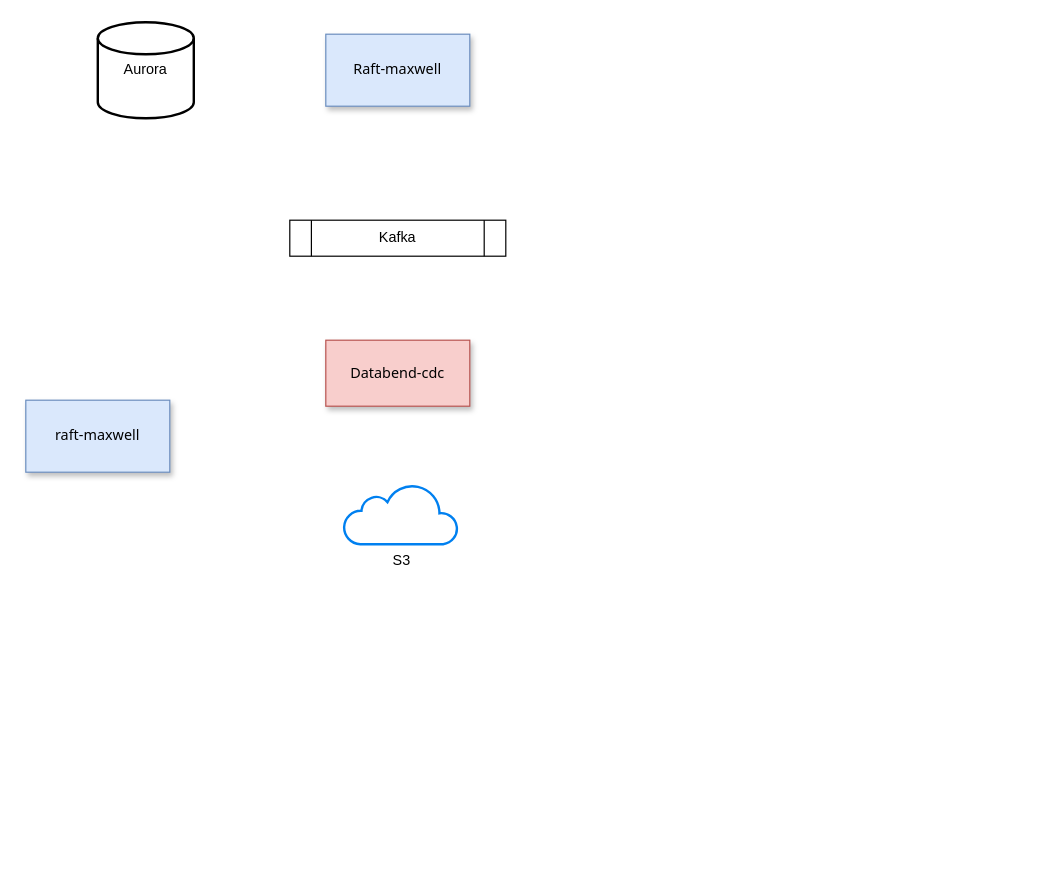
Above: doc/databend-parquet-mysql.drawio in jackjoesh/databend (draw.io), before the change. Source tidied: cells renumbered, new cells numbered last; positions are measured from the earlier drawing's top-left corner, leaving out a move shared by most shapes. Both pictures are drawn from the tidied source at 120%, with x=0, y=0 at pixel (25, 22).
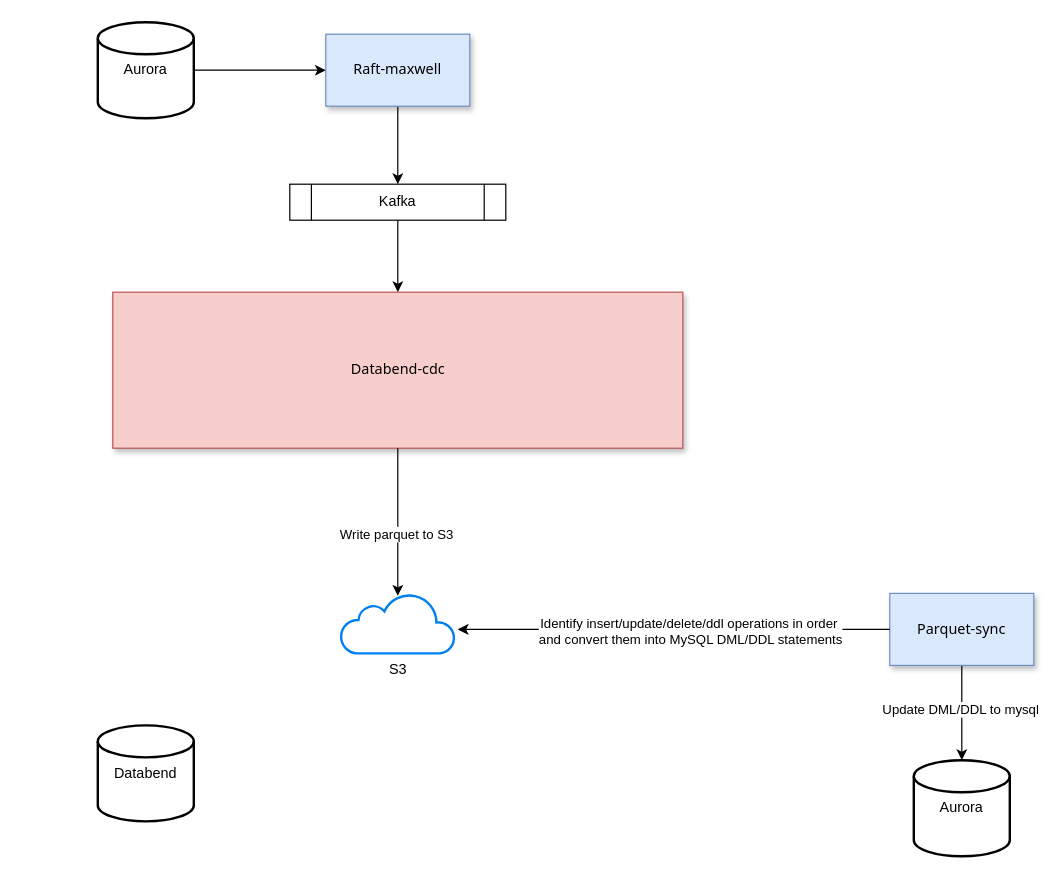
Above is the later version.

What changed in the source:
```diff
@@
 <mxGraphModel>
   <root>
     <mxCell id="0" />
     <mxCell id="1" parent="0" />
+    <mxCell id="8" style="edgeStyle=orthogonalEdgeStyle;rounded=0;jettySize=auto;html=1;exitX=1;exitY=0.5;exitDx=0;exitDy=0;exitPerimeter=0;" parent="1" edge="1" source="2" target="3">
+      <mxGeometry relative="1" as="geometry" />
+    </mxCell>
     <mxCell id="2" value="Aurora" style="strokeWidth=2;html=1;shape=mxgraph.flowchart.database;whiteSpace=wrap;" parent="1" vertex="1">
       <mxGeometry x="60" width="80" height="80" as="geometry" />
     </mxCell>
+    <mxCell id="9" style="edgeStyle=orthogonalEdgeStyle;rounded=0;jettySize=auto;html=1;exitX=0.5;exitY=1;exitDx=0;exitDy=0;" parent="1" edge="1" source="3" target="5">
+      <mxGeometry relative="1" as="geometry" />
+    </mxCell>
     <mxCell id="3" value="Raft-maxwell" style="rounded=0;whiteSpace=wrap;html=1;fillColor=#dae8fc;strokeColor=#6c8ebf;shadow=1;fontFamily=Tahoma;" parent="1" vertex="1">
       <mxGeometry x="250" y="10" width="120" height="60" as="geometry" />
     </mxCell>
+    <mxCell id="10" style="edgeStyle=orthogonalEdgeStyle;rounded=0;jettySize=auto;html=1;exitX=0.5;exitY=1;exitDx=0;exitDy=0;" parent="1" edge="1" source="4" target="13">
+      <mxGeometry relative="1" as="geometry" />
+    </mxCell>
+    <mxCell id="11" value="Update DML/DDL to mysql" style="edgeLabel;html=1;align=center;verticalAlign=middle;" parent="10" vertex="1">
+      <mxGeometry x="-0.09" y="-2" relative="1" as="geometry" />
+    </mxCell>
-    <mxCell id="4" value="raft-maxwell" style="rounded=0;whiteSpace=wrap;html=1;fillColor=#dae8fc;strokeColor=#6c8ebf;shadow=1;fontFamily=Tahoma;" parent="1" vertex="1">
-      <mxGeometry y="315" width="120" height="60" as="geometry" />
+    <mxCell id="4" value="Parquet-sync" style="rounded=0;whiteSpace=wrap;html=1;fillColor=#dae8fc;strokeColor=#6c8ebf;shadow=1;fontFamily=Tahoma;" parent="1" vertex="1">
+      <mxGeometry x="720" y="476" width="120" height="60" as="geometry" />
     </mxCell>
+    <mxCell id="12" style="edgeStyle=orthogonalEdgeStyle;rounded=0;jettySize=auto;html=1;exitX=0.5;exitY=1;exitDx=0;exitDy=0;" parent="1" edge="1" source="5" target="6">
+      <mxGeometry relative="1" as="geometry" />
+    </mxCell>
     <mxCell id="5" value="Kafka" style="shape=process;whiteSpace=wrap;html=1;backgroundOutline=1;" parent="1" vertex="1">
-      <mxGeometry x="220" y="165" width="180" height="30" as="geometry" />
+      <mxGeometry x="220" y="135" width="180" height="30" as="geometry" />
     </mxCell>
     <mxCell id="6" value="Databend-cdc" style="rounded=0;whiteSpace=wrap;html=1;fillColor=#f8cecc;strokeColor=#b85450;shadow=1;fontFamily=Tahoma;" parent="1" vertex="1">
-      <mxGeometry x="250" y="265" width="120" height="55" as="geometry" />
+      <mxGeometry x="72.5" y="225" width="475" height="130" as="geometry" />
     </mxCell>
     <mxCell id="7" value="S3" style="html=1;verticalLabelPosition=bottom;align=center;labelBackgroundColor=#ffffff;verticalAlign=top;strokeWidth=2;strokeColor=#0080F0;shadow=0;dashed=0;shape=mxgraph.ios7.icons.cloud;" parent="1" vertex="1">
-      <mxGeometry x="265" y="385" width="95" height="50" as="geometry" />
+      <mxGeometry x="262.5" y="476" width="95" height="50" as="geometry" />
     </mxCell>
+    <mxCell id="13" value="Aurora" style="strokeWidth=2;html=1;shape=mxgraph.flowchart.database;whiteSpace=wrap;" parent="1" vertex="1">
+      <mxGeometry x="740" y="615" width="80" height="80" as="geometry" />
+    </mxCell>
+    <mxCell id="14" value="Databend" style="strokeWidth=2;html=1;shape=mxgraph.flowchart.database;whiteSpace=wrap;" parent="1" vertex="1">
+      <mxGeometry x="60" y="586" width="80" height="80" as="geometry" />
+    </mxCell>
+    <mxCell id="15" style="edgeStyle=orthogonalEdgeStyle;rounded=0;jettySize=auto;html=1;exitX=0.5;exitY=1;exitDx=0;exitDy=0;entryX=0.5;entryY=0.04;entryDx=0;entryDy=0;entryPerimeter=0;" parent="1" edge="1" source="6" target="7">
+      <mxGeometry relative="1" as="geometry" />
+    </mxCell>
+    <mxCell id="16" value="Write parquet to S3" style="edgeLabel;html=1;align=center;verticalAlign=middle;" parent="15" vertex="1">
+      <mxGeometry x="0.16" y="-2" relative="1" as="geometry" />
+    </mxCell>
+    <mxCell id="17" style="edgeStyle=orthogonalEdgeStyle;rounded=0;jettySize=auto;html=1;exitX=0;exitY=0.5;exitDx=0;exitDy=0;entryX=1.026;entryY=0.6;entryDx=0;entryDy=0;entryPerimeter=0;" parent="1" edge="1" source="4" target="7">
+      <mxGeometry relative="1" as="geometry" />
+    </mxCell>
+    <mxCell id="18" value="Identify insert/update/delete/ddl operations in order&amp;nbsp;&lt;div&gt;and convert them into MySQL DML/DDL statements&lt;/div&gt;" style="edgeLabel;html=1;align=center;verticalAlign=middle;" parent="17" vertex="1">
+      <mxGeometry x="-0.07" y="1" relative="1" as="geometry" />
+    </mxCell>
   </root>
 </mxGraphModel>
```
